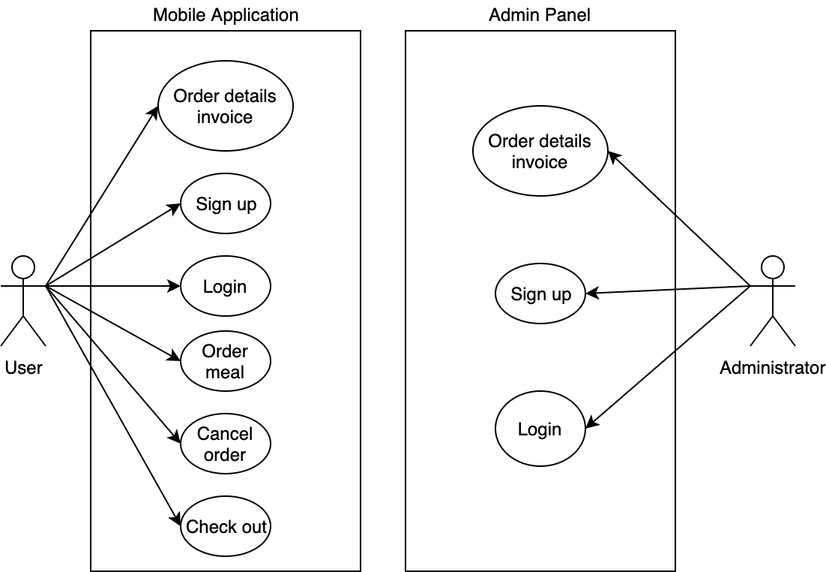
Before: Requirements/media/use-case-diagram.png, a diagram exported from draw.io (imustafin/innopolis-express). Source tidied: cells renumbered, new cells last; positions are measured from the earlier drawing's top-left corner, leaving out a move shared by most shapes.
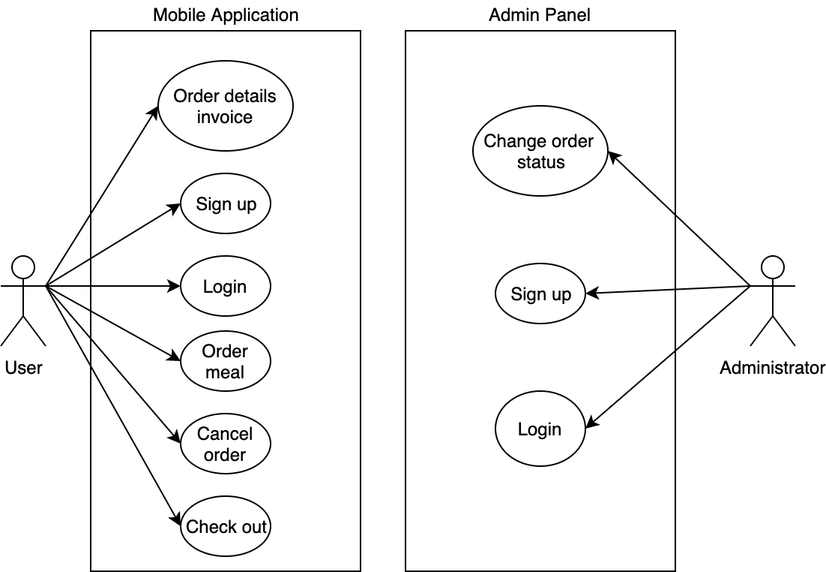
Later version of the same file.

Commit message:
Fixing use case diagram. Admin use case "change order status" name was incorrect.

Change to the diagram source:
```diff
@@ -50,7 +50,7 @@
     <mxCell id="17" value="Sign up" style="ellipse;whiteSpace=wrap;html=1;" parent="1" vertex="1">
       <mxGeometry x="330" y="175" width="60" height="40" as="geometry" />
     </mxCell>
-    <mxCell id="18" value="Order details invoice" style="ellipse;whiteSpace=wrap;html=1;" parent="1" vertex="1">
+    <mxCell id="18" value="Change order&amp;nbsp;&lt;br&gt;status" style="ellipse;whiteSpace=wrap;html=1;" parent="1" vertex="1">
       <mxGeometry x="315" y="70" width="90" height="60" as="geometry" />
     </mxCell>
     <mxCell id="19" value="Login" style="ellipse;whiteSpace=wrap;html=1;" parent="1" vertex="1">
```
